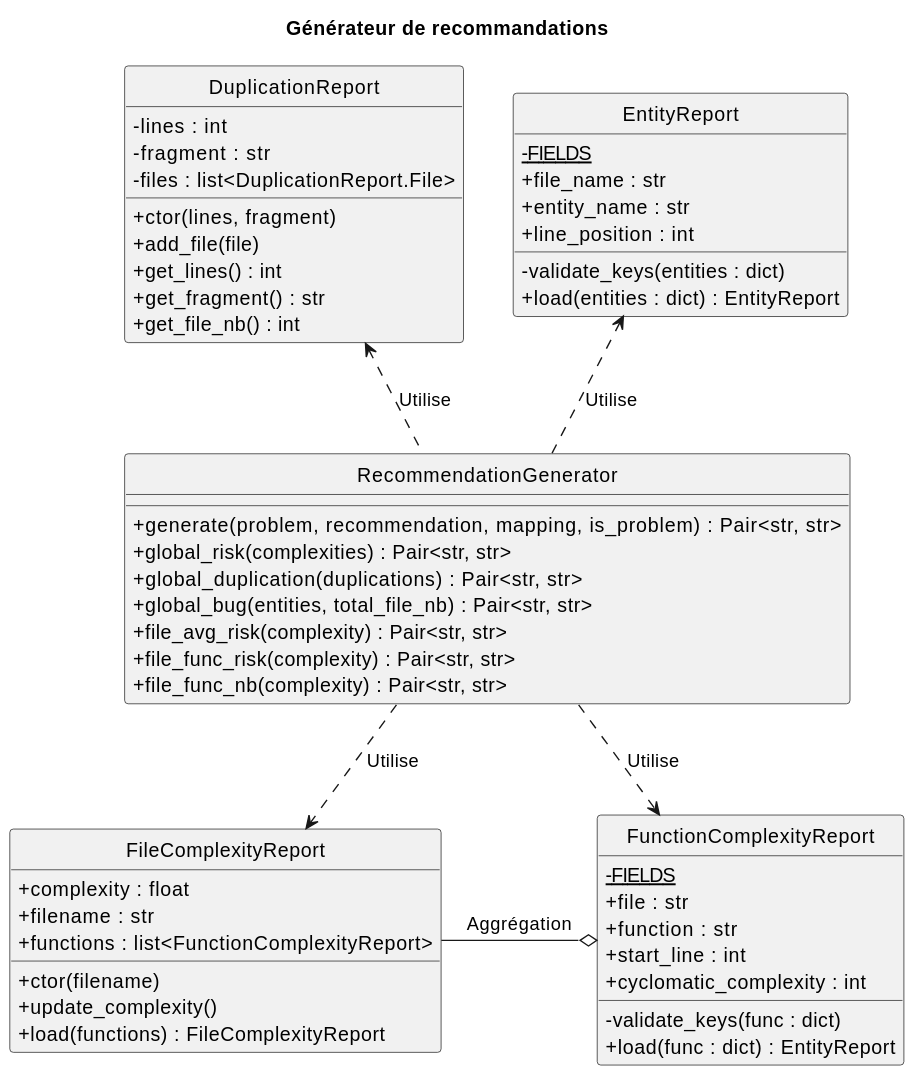
The PlantUML diagram doc/wiki/puml/recomm_generator.svg in CAMaji/technical_debts, before a commit.
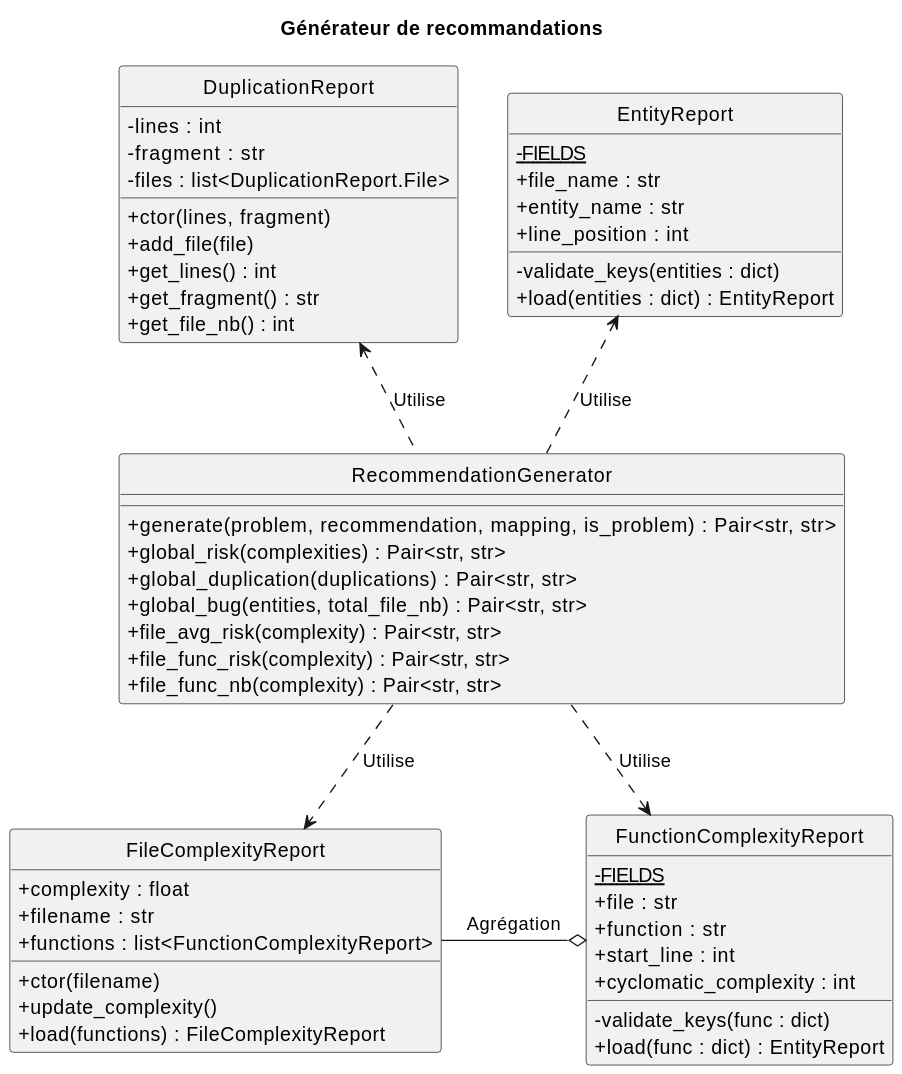
After the commit.

The edit, as a diff of the source:
```diff
@@ -57,5 +57,5 @@
 RecommendationGenerator .down.> FileComplexityReport : "Utilise"
 RecommendationGenerator .down.> FunctionComplexityReport : "Utilise"
 RecommendationGenerator .up.> DuplicationReport : "Utilise"
-FileComplexityReport -right-o FunctionComplexityReport: "Aggrégation"
+FileComplexityReport -right-o FunctionComplexityReport: "Agrégation"
 @enduml
```
